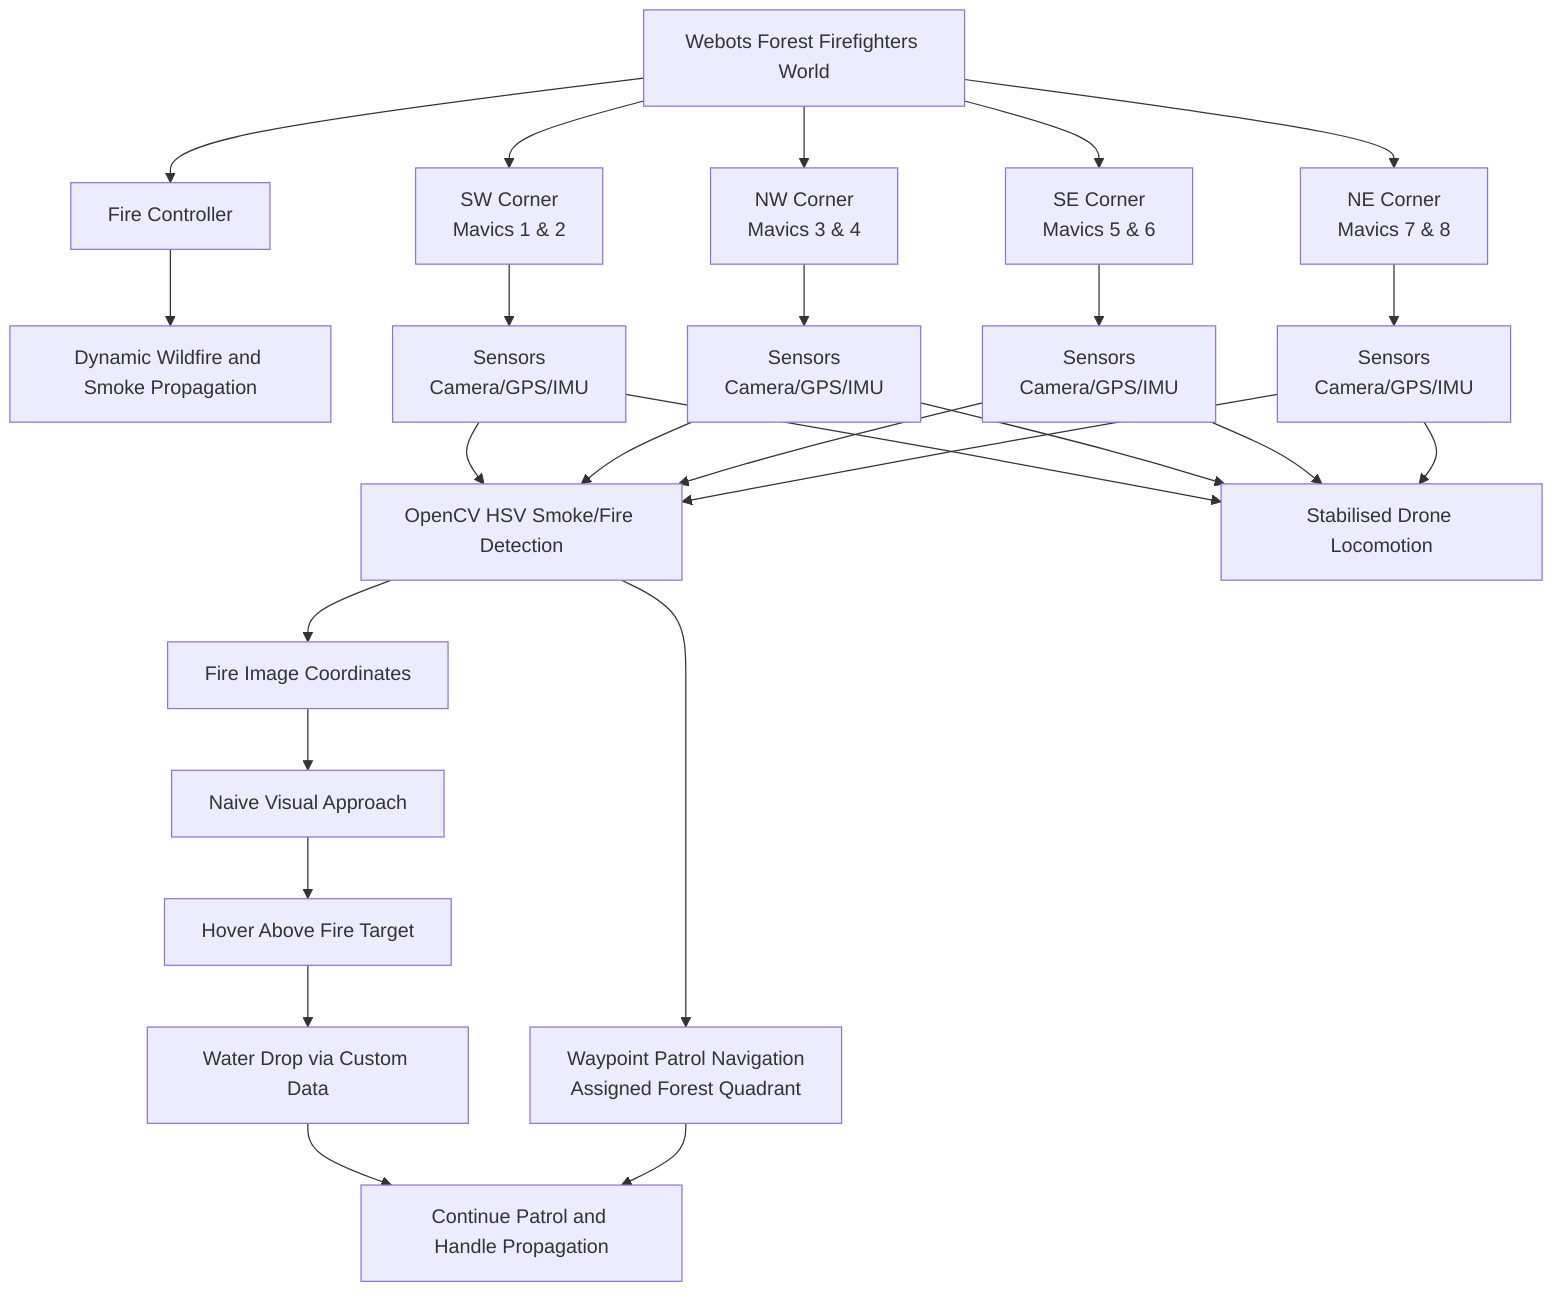
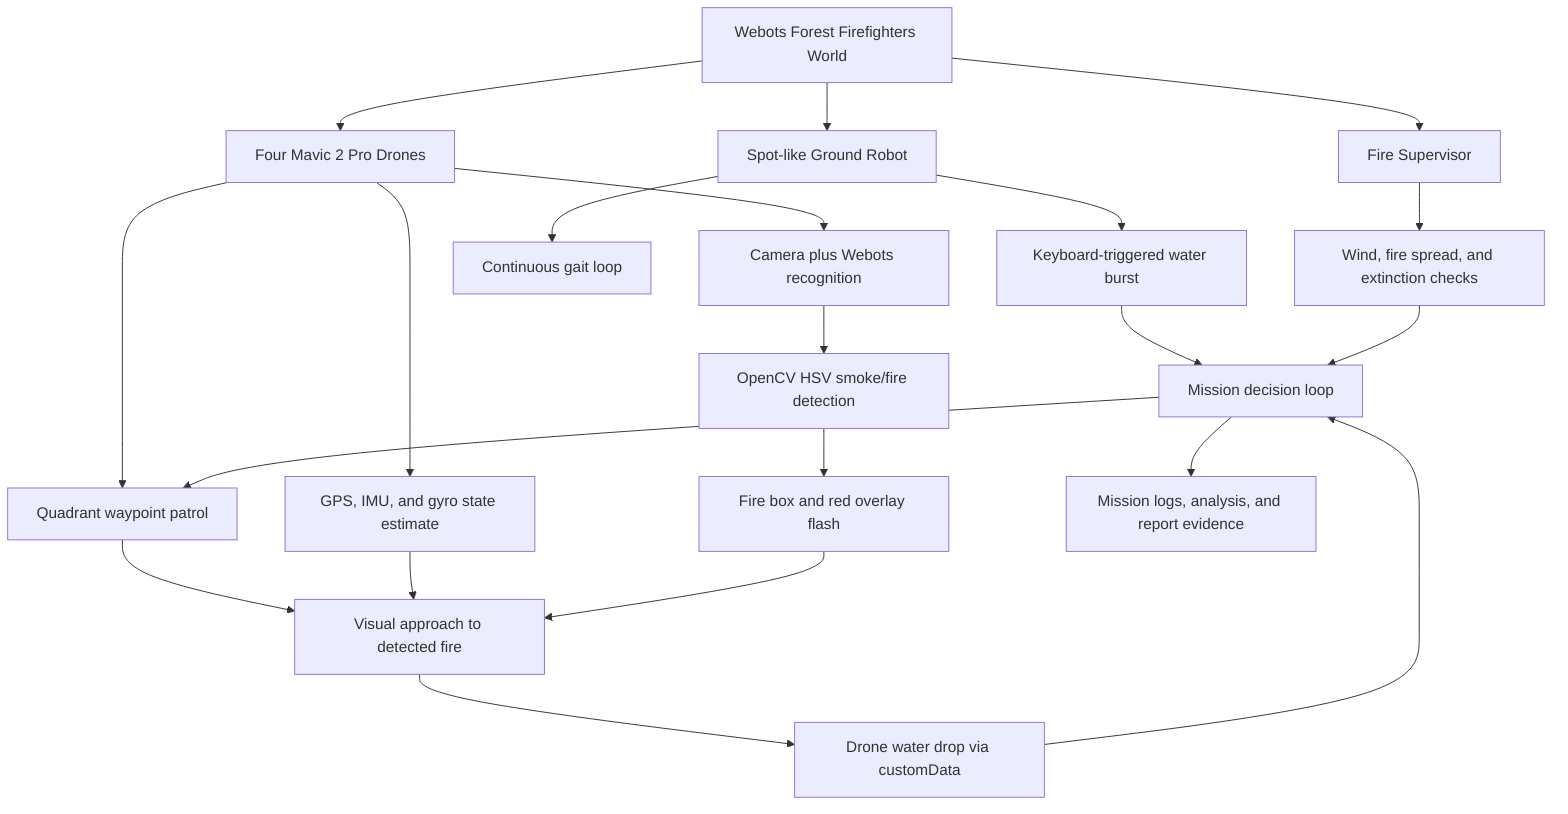
flowchart TD
-     A[Webots Forest Firefighters World] --> B[Fire Controller]
-     A --> C1[SW Corner<br/>Mavics 1 & 2]
-     A --> C2[NW Corner<br/>Mavics 3 & 4]
-     A --> C3[SE Corner<br/>Mavics 5 & 6]
-     A --> C4[NE Corner<br/>Mavics 7 & 8]
+     A[Webots Forest Firefighters World] --> B[Fire Supervisor]
+     B --> B1[Wind, fire spread, and extinction checks]

-     B --> F[Dynamic Wildfire and Smoke Propagation]
+     A --> C[Four Mavic 2 Pro Drones]
+     A --> D[Spot-like Ground Robot]

-     C1 --> G1[Sensors<br/>Camera/GPS/IMU]
-     C2 --> G2[Sensors<br/>Camera/GPS/IMU]
-     C3 --> G3[Sensors<br/>Camera/GPS/IMU]
-     C4 --> G4[Sensors<br/>Camera/GPS/IMU]
+     C --> C1[Quadrant waypoint patrol]
+     C --> C2[Camera plus Webots recognition]
+     C --> C3[GPS, IMU, and gyro state estimate]
+     C2 --> E[OpenCV HSV smoke/fire detection]
+     E --> E1[Fire box and red overlay flash]
+     C1 --> F[Visual approach to detected fire]
+     C3 --> F
+     E1 --> F
+     F --> G[Drone water drop via customData]

-     G1 --> M[OpenCV HSV Smoke/Fire Detection]
-     G2 --> M
-     G3 --> M
-     G4 --> M
+     D --> D1[Continuous gait loop]
+     D --> D2[Keyboard-triggered water burst]

-     M --> N[Waypoint Patrol Navigation<br/>Assigned Forest Quadrant]
-     G1 --> O[Stabilised Drone Locomotion]
-     G2 --> O
-     G3 --> O
-     G4 --> O
- 
-     M --> P[Fire Image Coordinates]
-     P --> Q[Naive Visual Approach]
-     Q --> R[Hover Above Fire Target]
-     R --> S[Water Drop via Custom Data]
- 
-     S --> T[Continue Patrol and Handle Propagation]
-     N --> T
- 
+     G --> H[Mission decision loop]
+     D2 --> H
+     B1 --> H
+     H --> C1
+     H --> I[Mission logs, analysis, and report evidence]
